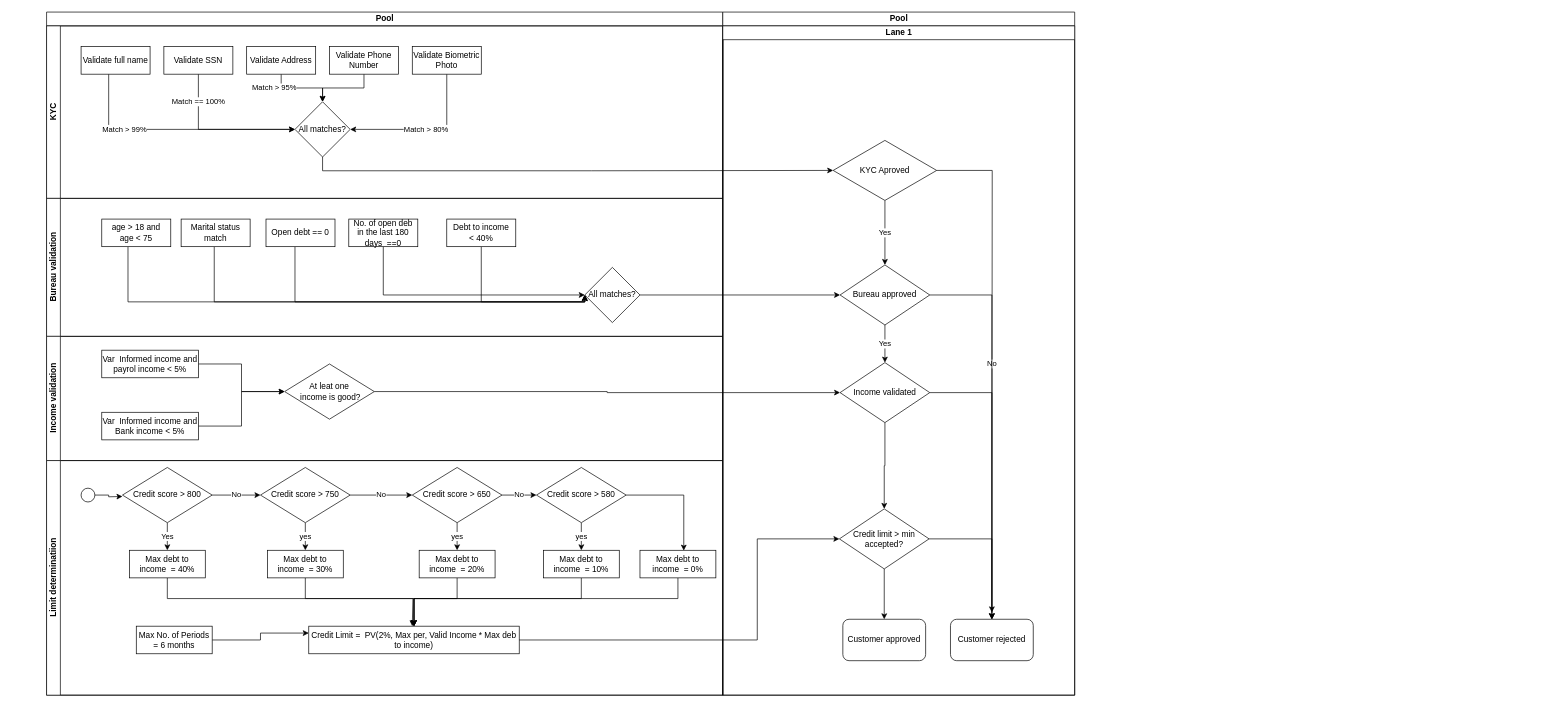
jeleandro/creditflow keeps this draw.io diagram as onboard.drawio. Above is the earlier version. Source tidied: cells renumbered, new cells numbered last; positions are measured from the earlier drawing's top-left corner, leaving out a move shared by most shapes. Both pictures are drawn from the tidied source at 69%, with x=0, y=0 at pixel (46, 12).
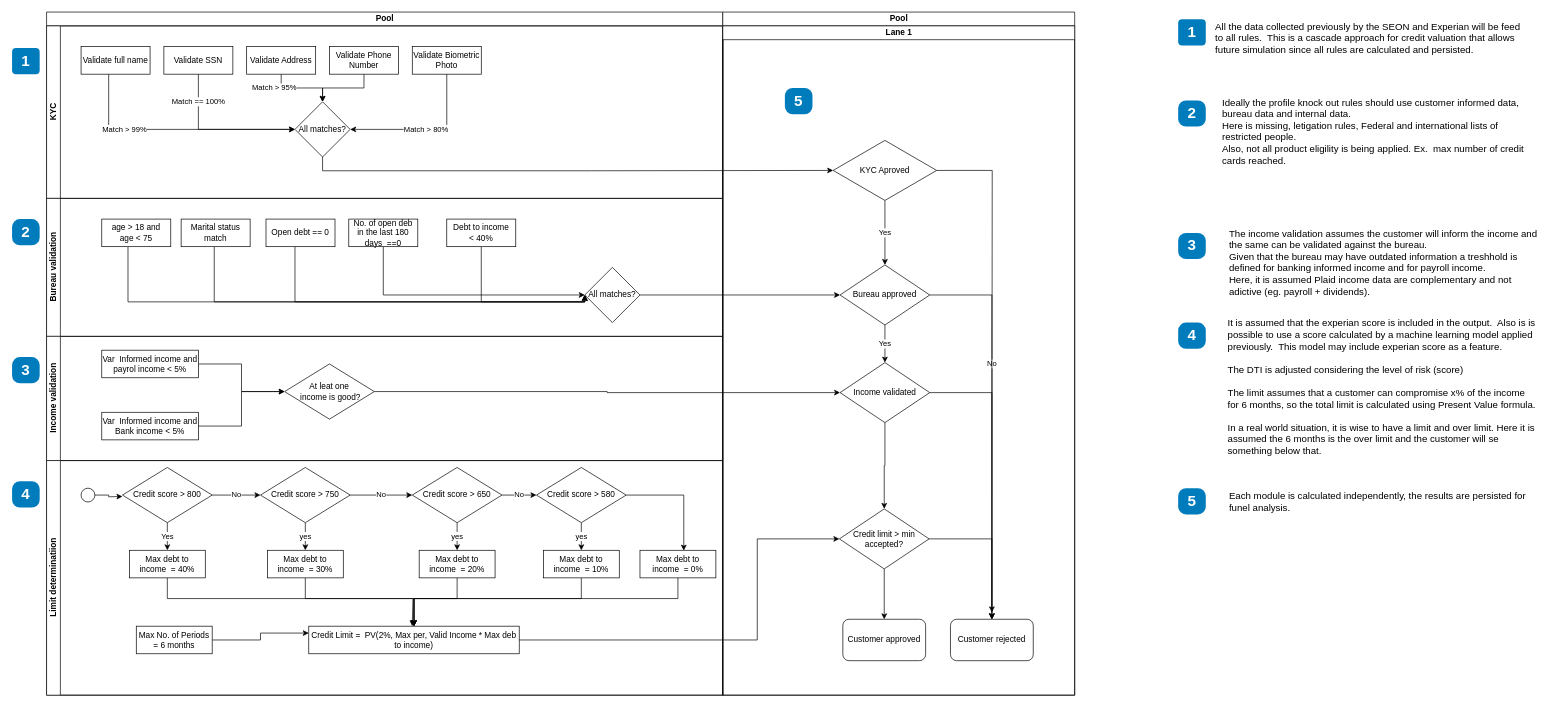
After the change.

Unchanged cells that the change refers to:
```xml
<mxCell id="63" value="Lane 1" style="swimlane;startSize=20;html=1;" parent="62" vertex="1">
  <mxGeometry y="20" width="510" height="970" as="geometry" />
</mxCell>
```

Change to the diagram source:
```diff
@@
+    <mxCell id="82" value="5" style="rounded=1;whiteSpace=wrap;html=1;fillColor=#007CBD;strokeColor=none;fontColor=#FFFFFF;fontStyle=1;fontSize=22;labelBackgroundColor=none;arcSize=30;" parent="63" vertex="1">
+      <mxGeometry x="90" y="90" width="40" height="38" as="geometry" />
+    </mxCell>
@@
+    <mxCell id="83" value="1" style="rounded=1;whiteSpace=wrap;html=1;fillColor=#007CBD;strokeColor=none;fontColor=#FFFFFF;fontStyle=1;fontSize=22;labelBackgroundColor=none;" parent="1" vertex="1">
+      <mxGeometry x="1640" y="10.5" width="40" height="38" as="geometry" />
+    </mxCell>
+    <mxCell id="84" value="&lt;span&gt;All the data collected previously by the SEON and Experian will be feed to all rules.&amp;nbsp; This is a cascade approach for credit valuation that allows future simulation since all rules are calculated and persisted.&lt;/span&gt;" style="text;html=1;align=left;verticalAlign=top;spacingTop=-4;fontSize=14;labelBackgroundColor=none;whiteSpace=wrap;" parent="1" vertex="1">
+      <mxGeometry x="1691.5" y="10" width="449" height="80" as="geometry" />
+    </mxCell>
+    <mxCell id="85" value="1" style="rounded=1;whiteSpace=wrap;html=1;fillColor=#007CBD;strokeColor=none;fontColor=#FFFFFF;fontStyle=1;fontSize=22;labelBackgroundColor=none;" parent="1" vertex="1">
+      <mxGeometry x="-50" y="52" width="40" height="38" as="geometry" />
+    </mxCell>
+    <mxCell id="86" value="2" style="rounded=1;whiteSpace=wrap;html=1;fillColor=#007CBD;strokeColor=none;fontColor=#FFFFFF;fontStyle=1;fontSize=22;labelBackgroundColor=none;arcSize=30;" parent="1" vertex="1">
+      <mxGeometry x="1640" y="128" width="40" height="38" as="geometry" />
+    </mxCell>
+    <mxCell id="87" value="&lt;span&gt;Ideally the profile knock out rules should use customer informed data, bureau data and internal data.&lt;br&gt;Here is missing, letigation rules, Federal and international lists of restricted people.&lt;br&gt;Also, not all product eligility is being applied. Ex.&amp;nbsp; max number of credit cards reached.&lt;/span&gt;" style="text;html=1;align=left;verticalAlign=top;spacingTop=-4;fontSize=14;labelBackgroundColor=none;whiteSpace=wrap;" parent="1" vertex="1">
+      <mxGeometry x="1701.5" y="120" width="448.5" height="130" as="geometry" />
+    </mxCell>
+    <mxCell id="88" value="2" style="rounded=1;whiteSpace=wrap;html=1;fillColor=#007CBD;strokeColor=none;fontColor=#FFFFFF;fontStyle=1;fontSize=22;labelBackgroundColor=none;arcSize=30;" parent="1" vertex="1">
+      <mxGeometry x="-50" y="300" width="40" height="38" as="geometry" />
+    </mxCell>
+    <mxCell id="89" value="3" style="rounded=1;whiteSpace=wrap;html=1;fillColor=#007CBD;strokeColor=none;fontColor=#FFFFFF;fontStyle=1;fontSize=22;labelBackgroundColor=none;arcSize=30;" parent="1" vertex="1">
+      <mxGeometry x="-50" y="500" width="40" height="38" as="geometry" />
+    </mxCell>
+    <mxCell id="90" value="3" style="rounded=1;whiteSpace=wrap;html=1;fillColor=#007CBD;strokeColor=none;fontColor=#FFFFFF;fontStyle=1;fontSize=22;labelBackgroundColor=none;arcSize=30;" parent="1" vertex="1">
+      <mxGeometry x="1640" y="320" width="40" height="38" as="geometry" />
+    </mxCell>
+    <mxCell id="91" value="4" style="rounded=1;whiteSpace=wrap;html=1;fillColor=#007CBD;strokeColor=none;fontColor=#FFFFFF;fontStyle=1;fontSize=22;labelBackgroundColor=none;arcSize=30;" parent="1" vertex="1">
+      <mxGeometry x="-50" y="680" width="40" height="38" as="geometry" />
+    </mxCell>
+    <mxCell id="92" value="The income validation assumes the customer will inform the income and the same can be validated against the bureau.&lt;br&gt;Given that the bureau may have outdated information a treshhold is defined for banking informed income and for payroll income.&lt;br&gt;Here, it is assumed Plaid income data are complementary and not adictive (eg. payroll + dividends)." style="text;html=1;align=left;verticalAlign=top;spacingTop=-4;fontSize=14;labelBackgroundColor=none;whiteSpace=wrap;" parent="1" vertex="1">
+      <mxGeometry x="1711.5" y="310" width="448.5" height="130" as="geometry" />
+    </mxCell>
+    <mxCell id="93" value="4" style="rounded=1;whiteSpace=wrap;html=1;fillColor=#007CBD;strokeColor=none;fontColor=#FFFFFF;fontStyle=1;fontSize=22;labelBackgroundColor=none;arcSize=30;" parent="1" vertex="1">
+      <mxGeometry x="1640" y="450" width="40" height="38" as="geometry" />
+    </mxCell>
+    <mxCell id="94" value="It is assumed that the experian score is included in the output.&amp;nbsp; Also is is possible to use a score calculated by a machine learning model applied previously.&amp;nbsp; This model may include experian score as a feature.&lt;br&gt;&lt;br&gt;The DTI is adjusted considering the level of risk (score)&lt;br&gt;&lt;div&gt;&lt;br&gt;The limit assumes that a customer can compromise x% of the income for 6 months, so the total limit is calculated using Present Value formula.&lt;/div&gt;&lt;div&gt;&lt;br&gt;&lt;/div&gt;&lt;div&gt;In a real world situation, it is wise to have a limit and over limit. Here it is assumed the 6 months is the over limit and the customer will se something below that.&lt;/div&gt;&lt;div&gt;&lt;br&gt;&lt;/div&gt;" style="text;html=1;align=left;verticalAlign=top;spacingTop=-4;fontSize=14;labelBackgroundColor=none;whiteSpace=wrap;" parent="1" vertex="1">
+      <mxGeometry x="1710" y="440" width="450" height="200" as="geometry" />
+    </mxCell>
+    <mxCell id="95" value="5" style="rounded=1;whiteSpace=wrap;html=1;fillColor=#007CBD;strokeColor=none;fontColor=#FFFFFF;fontStyle=1;fontSize=22;labelBackgroundColor=none;arcSize=30;" parent="1" vertex="1">
+      <mxGeometry x="1640" y="690" width="40" height="38" as="geometry" />
+    </mxCell>
+    <mxCell id="96" value="Each module is calculated independently, the results are persisted for funel analysis." style="text;html=1;align=left;verticalAlign=top;spacingTop=-4;fontSize=14;labelBackgroundColor=none;whiteSpace=wrap;" parent="1" vertex="1">
+      <mxGeometry x="1711.5" y="690" width="448.5" height="130" as="geometry" />
+    </mxCell>
```
